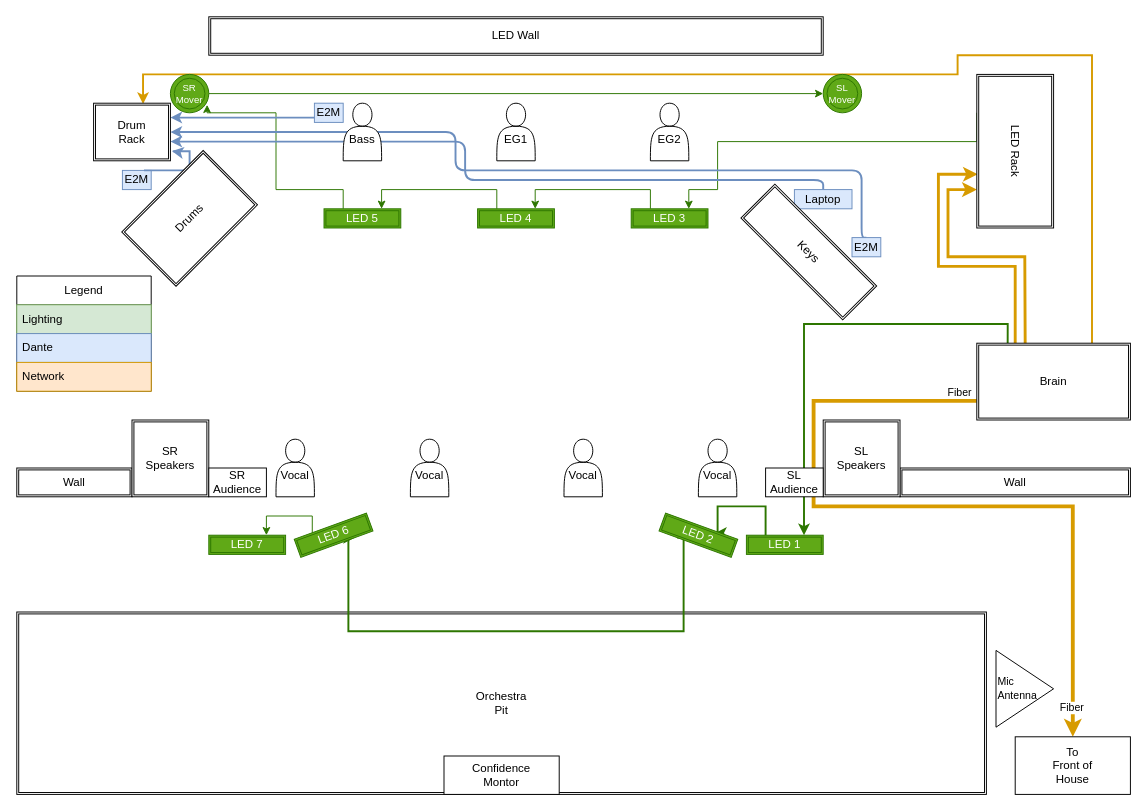
Before: Love Church Stage.drawio in LoveChurchProduction/diagrams, a draw.io diagram. Source tidied: cells renumbered, new cells numbered last; positions are measured from the earlier drawing's top-left corner, leaving out a move shared by most shapes. Both pictures are drawn from the tidied source at 96%, with x=0, y=0 at pixel (16, 16).
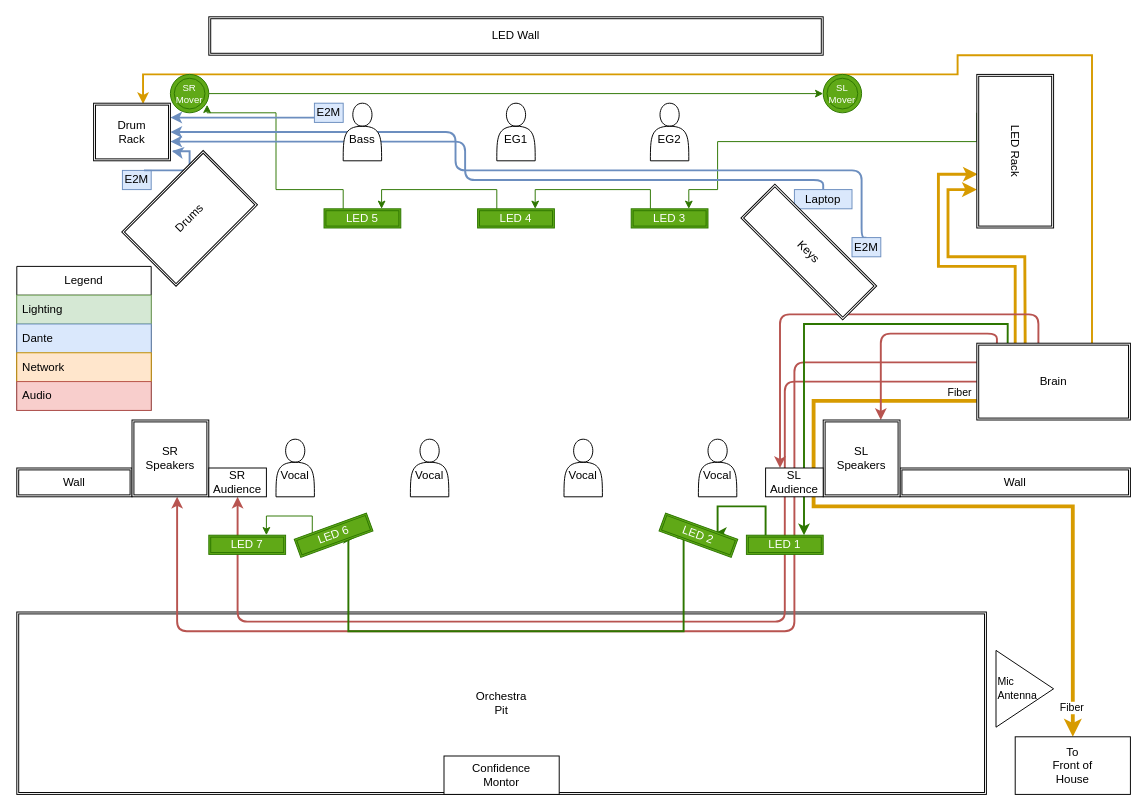
Above is the later version.

Commit message (it also covers changes not shown here):
Added speaker wiring

Unchanged cells that the change refers to:
```xml
<mxCell id="40" value="&lt;div&gt;SL&lt;/div&gt;&lt;div&gt;Speakers&lt;/div&gt;" style="shape=ext;double=1;whiteSpace=wrap;html=1;" parent="36" vertex="1">
  <mxGeometry x="840" y="420" width="80" height="80" as="geometry" />
</mxCell>
<mxCell id="44" value="Brain" style="shape=ext;double=1;rounded=0;whiteSpace=wrap;html=1;rotation=0;" parent="36" vertex="1">
  <mxGeometry x="1000" y="340" width="160" height="80" as="geometry" />
</mxCell>
<mxCell id="57" value="SR&lt;div&gt;Audience&lt;/div&gt;" style="rounded=0;whiteSpace=wrap;html=1;" parent="36" vertex="1">
  <mxGeometry x="200" y="470" width="60" height="30" as="geometry" />
</mxCell>
<mxCell id="58" value="SL&lt;div&gt;Audience&lt;/div&gt;" style="rounded=0;whiteSpace=wrap;html=1;" parent="36" vertex="1">
  <mxGeometry x="780" y="470" width="60" height="30" as="geometry" />
</mxCell>
```

The edit, as a diff of the source:
```diff
@@
     <mxCell id="13" value="Legend" style="swimlane;fontStyle=0;horizontal=1;startSize=30;whiteSpace=wrap;html=1;" parent="12" vertex="1">
-      <mxGeometry y="270" width="140" height="120" as="geometry" />
+      <mxGeometry y="260" width="140" height="150" as="geometry" />
     </mxCell>
@@
+    <mxCell id="67" value="Audio" style="text;strokeColor=#b85450;fillColor=#f8cecc;align=left;verticalAlign=middle;spacingLeft=4;spacingRight=4;overflow=hidden;whiteSpace=wrap;html=1;" parent="13" vertex="1">
+      <mxGeometry y="120" width="140" height="30" as="geometry" />
+    </mxCell>
+    <mxCell id="68" style="edgeStyle=orthogonalEdgeStyle;html=1;exitX=0.401;exitY=-0.002;exitDx=0;exitDy=0;entryX=0.25;entryY=0;entryDx=0;entryDy=0;fillColor=#f8cecc;strokeColor=#b85450;strokeWidth=2;exitPerimeter=0;" parent="12" edge="1" source="44" target="58">
+      <mxGeometry relative="1" as="geometry">
+        <Array as="points">
+          <mxPoint x="1064" y="310" />
+          <mxPoint x="795" y="310" />
+        </Array>
+      </mxGeometry>
+    </mxCell>
+    <mxCell id="69" style="edgeStyle=orthogonalEdgeStyle;html=1;exitX=0.131;exitY=0.008;exitDx=0;exitDy=0;entryX=0.75;entryY=0;entryDx=0;entryDy=0;fillColor=#f8cecc;strokeColor=#b85450;strokeWidth=2;exitPerimeter=0;" parent="12" edge="1" source="44" target="40">
+      <mxGeometry relative="1" as="geometry" />
+    </mxCell>
+    <mxCell id="70" style="edgeStyle=orthogonalEdgeStyle;html=1;exitX=0;exitY=0.25;exitDx=0;exitDy=0;fillColor=#f8cecc;strokeColor=#b85450;strokeWidth=2;" parent="12" edge="1" source="44">
+      <mxGeometry relative="1" as="geometry">
+        <mxPoint x="167" y="500" as="targetPoint" />
+        <Array as="points">
+          <mxPoint x="810" y="360" />
+          <mxPoint x="810" y="640" />
+          <mxPoint x="167" y="640" />
+        </Array>
+      </mxGeometry>
+    </mxCell>
+    <mxCell id="71" style="edgeStyle=orthogonalEdgeStyle;html=1;exitX=0;exitY=0.5;exitDx=0;exitDy=0;entryX=0.5;entryY=1;entryDx=0;entryDy=0;fillColor=#f8cecc;strokeColor=#b85450;strokeWidth=2;" parent="12" edge="1" source="44" target="57">
+      <mxGeometry relative="1" as="geometry">
+        <Array as="points">
+          <mxPoint x="800" y="380" />
+          <mxPoint x="800" y="630" />
+          <mxPoint x="230" y="630" />
+        </Array>
+      </mxGeometry>
+    </mxCell>
```
